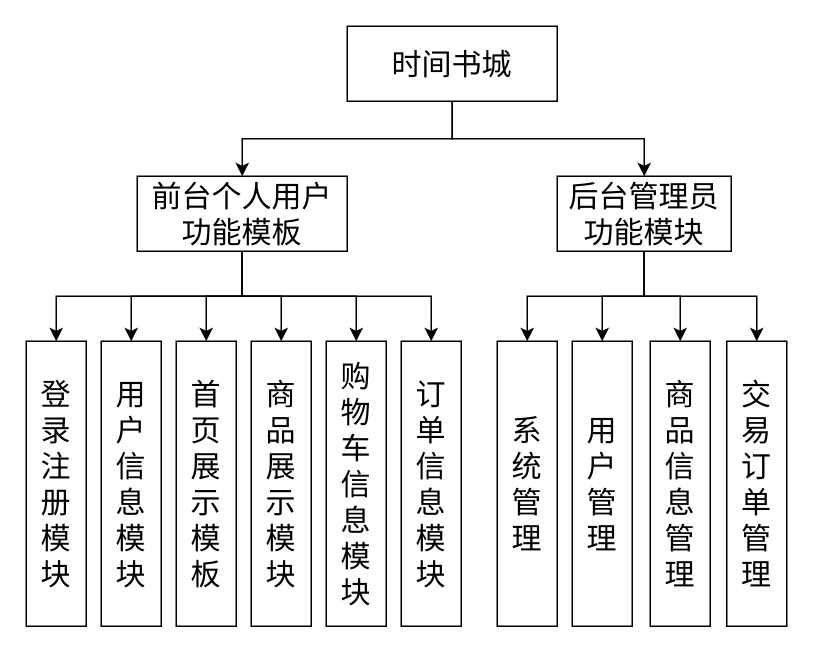
Before: Untitled Diagram.drawio in TimeWood/learngit, a draw.io diagram. Source tidied: cells renumbered, new cells numbered last; positions are measured from the earlier drawing's top-left corner, leaving out a move shared by most shapes. Both pictures are drawn from the tidied source at 150%, with x=0, y=0 at pixel (26, 26).
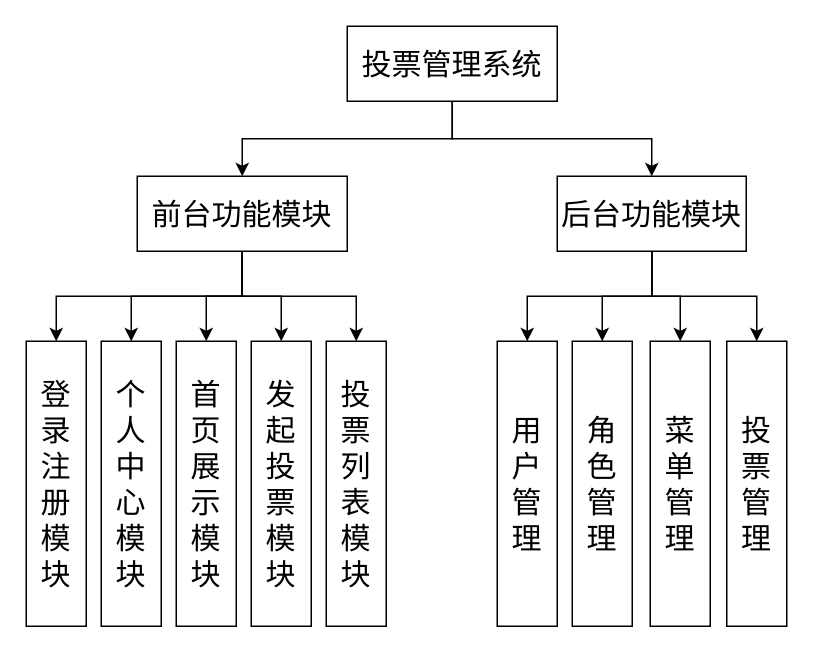
The same diagram, later.

The edit, as a diff of the source:
```diff
@@
-    <mxCell id="4" value="时间书城" style="rounded=0;whiteSpace=wrap;html=1;fontSize=20;" parent="1" vertex="1">
+    <mxCell id="4" value="投票管理系统" style="rounded=0;whiteSpace=wrap;html=1;fontSize=20;" parent="1" vertex="1">
       <mxGeometry x="214" width="140" height="50" as="geometry" />
     </mxCell>
@@
-    <mxCell id="11" style="edgeStyle=orthogonalEdgeStyle;rounded=0;jettySize=auto;html=1;fontSize=20;" parent="1" edge="1" source="12" target="21">
-      <mxGeometry relative="1" as="geometry">
-        <Array as="points">
-          <mxPoint x="144" y="180" />
-          <mxPoint x="270" y="180" />
-        </Array>
-      </mxGeometry>
-    </mxCell>
-    <mxCell id="12" value="前台个人用户功能模板" style="rounded=0;whiteSpace=wrap;html=1;fontSize=20;" parent="1" vertex="1">
+    <mxCell id="12" value="前台功能模块" style="rounded=0;whiteSpace=wrap;html=1;fontSize=20;" parent="1" vertex="1">
       <mxGeometry x="74" y="100" width="140" height="50" as="geometry" />
     </mxCell>
@@
-    <mxCell id="17" value="后台管理员功能模块" style="rounded=0;whiteSpace=wrap;html=1;fontSize=20;" parent="1" vertex="1">
-      <mxGeometry x="354" y="100" width="116" height="50" as="geometry" />
+    <mxCell id="17" value="后台功能模块" style="rounded=0;whiteSpace=wrap;html=1;fontSize=20;" parent="1" vertex="1">
+      <mxGeometry x="354" y="100" width="126" height="50" as="geometry" />
     </mxCell>
-    <mxCell id="18" value="用户信息模块" style="rounded=0;whiteSpace=wrap;html=1;direction=south;verticalAlign=middle;align=center;labelPosition=center;verticalLabelPosition=middle;horizontal=1;fontSize=20;fontStyle=0;" parent="1" vertex="1">
+    <mxCell id="18" value="个人中心模块" style="rounded=0;whiteSpace=wrap;html=1;direction=south;verticalAlign=middle;align=center;labelPosition=center;verticalLabelPosition=middle;horizontal=1;fontSize=20;fontStyle=0;" parent="1" vertex="1">
       <mxGeometry x="50" y="210" width="40" height="190" as="geometry" />
     </mxCell>
-    <mxCell id="19" value="首页展示&lt;br&gt;模板" style="rounded=0;whiteSpace=wrap;html=1;direction=south;verticalAlign=middle;align=center;labelPosition=center;verticalLabelPosition=middle;horizontal=1;fontSize=20;fontStyle=0;" parent="1" vertex="1">
+    <mxCell id="19" value="首页展示模块" style="rounded=0;whiteSpace=wrap;html=1;direction=south;verticalAlign=middle;align=center;labelPosition=center;verticalLabelPosition=middle;horizontal=1;fontSize=20;fontStyle=0;" parent="1" vertex="1">
       <mxGeometry x="100" y="210" width="40" height="190" as="geometry" />
     </mxCell>
-    <mxCell id="20" value="购物车信息&lt;br&gt;模块" style="rounded=0;whiteSpace=wrap;html=1;direction=south;verticalAlign=middle;align=center;labelPosition=center;verticalLabelPosition=middle;horizontal=1;fontSize=20;fontStyle=0;" parent="1" vertex="1">
+    <mxCell id="20" value="投票列表模块" style="rounded=0;whiteSpace=wrap;html=1;direction=south;verticalAlign=middle;align=center;labelPosition=center;verticalLabelPosition=middle;horizontal=1;fontSize=20;fontStyle=0;" parent="1" vertex="1">
       <mxGeometry x="200" y="210" width="40" height="190" as="geometry" />
     </mxCell>
-    <mxCell id="21" value="订单信息模块" style="rounded=0;whiteSpace=wrap;html=1;direction=south;verticalAlign=middle;align=center;labelPosition=center;verticalLabelPosition=middle;horizontal=1;fontSize=20;fontStyle=0;" parent="1" vertex="1">
-      <mxGeometry x="250" y="210" width="40" height="190" as="geometry" />
-    </mxCell>
-    <mxCell id="22" value="商品展示模块" style="rounded=0;whiteSpace=wrap;html=1;direction=south;verticalAlign=middle;align=center;labelPosition=center;verticalLabelPosition=middle;horizontal=1;fontSize=20;fontStyle=0;" parent="1" vertex="1">
+    <mxCell id="22" value="发起投票模块" style="rounded=0;whiteSpace=wrap;html=1;direction=south;verticalAlign=middle;align=center;labelPosition=center;verticalLabelPosition=middle;horizontal=1;fontSize=20;fontStyle=0;" parent="1" vertex="1">
       <mxGeometry x="150" y="210" width="40" height="190" as="geometry" />
     </mxCell>
-    <mxCell id="23" value="系统管理" style="rounded=0;whiteSpace=wrap;html=1;direction=south;verticalAlign=middle;align=center;labelPosition=center;verticalLabelPosition=middle;horizontal=1;fontSize=20;fontStyle=0;" parent="1" vertex="1">
+    <mxCell id="23" value="用户管理" style="rounded=0;whiteSpace=wrap;html=1;direction=south;verticalAlign=middle;align=center;labelPosition=center;verticalLabelPosition=middle;horizontal=1;fontSize=20;fontStyle=0;" parent="1" vertex="1">
       <mxGeometry x="314" y="210" width="40" height="190" as="geometry" />
     </mxCell>
-    <mxCell id="24" value="用户管理" style="rounded=0;whiteSpace=wrap;html=1;direction=south;verticalAlign=middle;align=center;labelPosition=center;verticalLabelPosition=middle;horizontal=1;fontSize=20;fontStyle=0;" parent="1" vertex="1">
+    <mxCell id="24" value="角色管理" style="rounded=0;whiteSpace=wrap;html=1;direction=south;verticalAlign=middle;align=center;labelPosition=center;verticalLabelPosition=middle;horizontal=1;fontSize=20;fontStyle=0;" parent="1" vertex="1">
       <mxGeometry x="364" y="210" width="40" height="190" as="geometry" />
     </mxCell>
-    <mxCell id="25" value="商品信息管理" style="rounded=0;whiteSpace=wrap;html=1;direction=south;verticalAlign=middle;align=center;labelPosition=center;verticalLabelPosition=middle;horizontal=1;fontSize=20;fontStyle=0;" parent="1" vertex="1">
+    <mxCell id="25" value="菜单管理" style="rounded=0;whiteSpace=wrap;html=1;direction=south;verticalAlign=middle;align=center;labelPosition=center;verticalLabelPosition=middle;horizontal=1;fontSize=20;fontStyle=0;" parent="1" vertex="1">
       <mxGeometry x="416" y="210" width="40" height="190" as="geometry" />
     </mxCell>
-    <mxCell id="26" value="交易订单管理" style="rounded=0;whiteSpace=wrap;html=1;direction=south;verticalAlign=middle;align=center;labelPosition=center;verticalLabelPosition=middle;horizontal=1;fontSize=20;fontStyle=0;" parent="1" vertex="1">
+    <mxCell id="26" value="投票管理" style="rounded=0;whiteSpace=wrap;html=1;direction=south;verticalAlign=middle;align=center;labelPosition=center;verticalLabelPosition=middle;horizontal=1;fontSize=20;fontStyle=0;" parent="1" vertex="1">
       <mxGeometry x="467" y="210" width="40" height="190" as="geometry" />
     </mxCell>
```
